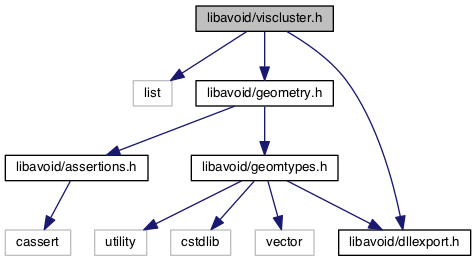
mjwybrow/adaptagrams keeps this Graphviz diagram as documentation/viscluster_8h__incl.png. Above is the earlier version. Its source is kept beside it as documentation/viscluster_8h__incl.dot.
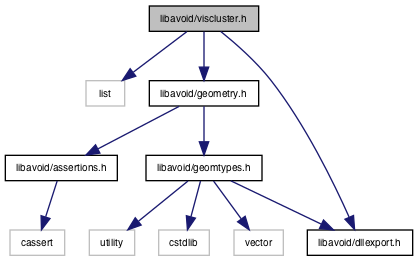
The same diagram one commit later.

Diff of the diagram source:
```diff
@@ -2,24 +2,24 @@
 {
   edge [fontname="Helvetica",fontsize="10",labelfontname="Helvetica",labelfontsize="10"];
   node [fontname="Helvetica",fontsize="10",shape=record];
-  Node1 [label="libavoid/viscluster.h",height=0.2,width=0.4,color="black", fillcolor="grey75", style="filled", fontcolor="black"];
-  Node1 -> Node2 [color="midnightblue",fontsize="10",style="solid",fontname="Helvetica"];
-  Node2 [label="list",height=0.2,width=0.4,color="grey75", fillcolor="white", style="filled"];
-  Node1 -> Node3 [color="midnightblue",fontsize="10",style="solid",fontname="Helvetica"];
-  Node3 [label="libavoid/geometry.h",height=0.2,width=0.4,color="black", fillcolor="white", style="filled",URL="$geometry_8h_source.html"];
+  Node0 [label="libavoid/viscluster.h",height=0.2,width=0.4,color="black", fillcolor="grey75", style="filled", fontcolor="black"];
+  Node0 -> Node1 [color="midnightblue",fontsize="10",style="solid",fontname="Helvetica"];
+  Node1 [label="list",height=0.2,width=0.4,color="grey75", fillcolor="white", style="filled"];
+  Node0 -> Node2 [color="midnightblue",fontsize="10",style="solid",fontname="Helvetica"];
+  Node2 [label="libavoid/geometry.h",height=0.2,width=0.4,color="black", fillcolor="white", style="filled",URL="$geometry_8h_source.html"];
+  Node2 -> Node3 [color="midnightblue",fontsize="10",style="solid",fontname="Helvetica"];
+  Node3 [label="libavoid/geomtypes.h",height=0.2,width=0.4,color="black", fillcolor="white", style="filled",URL="$geomtypes_8h.html",tooltip="Contains the interface for various geometry types and classes. "];
   Node3 -> Node4 [color="midnightblue",fontsize="10",style="solid",fontname="Helvetica"];
-  Node4 [label="libavoid/geomtypes.h",height=0.2,width=0.4,color="black", fillcolor="white", style="filled",URL="$geomtypes_8h.html",tooltip="Contains the interface for various geometry types and classes. "];
-  Node4 -> Node5 [color="midnightblue",fontsize="10",style="solid",fontname="Helvetica"];
-  Node5 [label="cstdlib",height=0.2,width=0.4,color="grey75", fillcolor="white", style="filled"];
-  Node4 -> Node6 [color="midnightblue",fontsize="10",style="solid",fontname="Helvetica"];
-  Node6 [label="vector",height=0.2,width=0.4,color="grey75", fillcolor="white", style="filled"];
-  Node4 -> Node7 [color="midnightblue",fontsize="10",style="solid",fontname="Helvetica"];
-  Node7 [label="utility",height=0.2,width=0.4,color="grey75", fillcolor="white", style="filled"];
-  Node4 -> Node8 [color="midnightblue",fontsize="10",style="solid",fontname="Helvetica"];
-  Node8 [label="libavoid/dllexport.h",height=0.2,width=0.4,color="black", fillcolor="white", style="filled",URL="$dllexport_8h_source.html"];
-  Node3 -> Node9 [color="midnightblue",fontsize="10",style="solid",fontname="Helvetica"];
-  Node9 [label="libavoid/assertions.h",height=0.2,width=0.4,color="black", fillcolor="white", style="filled",URL="$libavoid_2assertions_8h_source.html"];
-  Node9 -> Node10 [color="midnightblue",fontsize="10",style="solid",fontname="Helvetica"];
-  Node10 [label="cassert",height=0.2,width=0.4,color="grey75", fillcolor="white", style="filled"];
-  Node1 -> Node8 [color="midnightblue",fontsize="10",style="solid",fontname="Helvetica"];
+  Node4 [label="cstdlib",height=0.2,width=0.4,color="grey75", fillcolor="white", style="filled"];
+  Node3 -> Node5 [color="midnightblue",fontsize="10",style="solid",fontname="Helvetica"];
+  Node5 [label="vector",height=0.2,width=0.4,color="grey75", fillcolor="white", style="filled"];
+  Node3 -> Node6 [color="midnightblue",fontsize="10",style="solid",fontname="Helvetica"];
+  Node6 [label="utility",height=0.2,width=0.4,color="grey75", fillcolor="white", style="filled"];
+  Node3 -> Node7 [color="midnightblue",fontsize="10",style="solid",fontname="Helvetica"];
+  Node7 [label="libavoid/dllexport.h",height=0.2,width=0.4,color="black", fillcolor="white", style="filled",URL="$dllexport_8h_source.html"];
+  Node2 -> Node8 [color="midnightblue",fontsize="10",style="solid",fontname="Helvetica"];
+  Node8 [label="libavoid/assertions.h",height=0.2,width=0.4,color="black", fillcolor="white", style="filled",URL="$libavoid_2assertions_8h_source.html"];
+  Node8 -> Node9 [color="midnightblue",fontsize="10",style="solid",fontname="Helvetica"];
+  Node9 [label="cassert",height=0.2,width=0.4,color="grey75", fillcolor="white", style="filled"];
+  Node0 -> Node7 [color="midnightblue",fontsize="10",style="solid",fontname="Helvetica"];
 }
```
